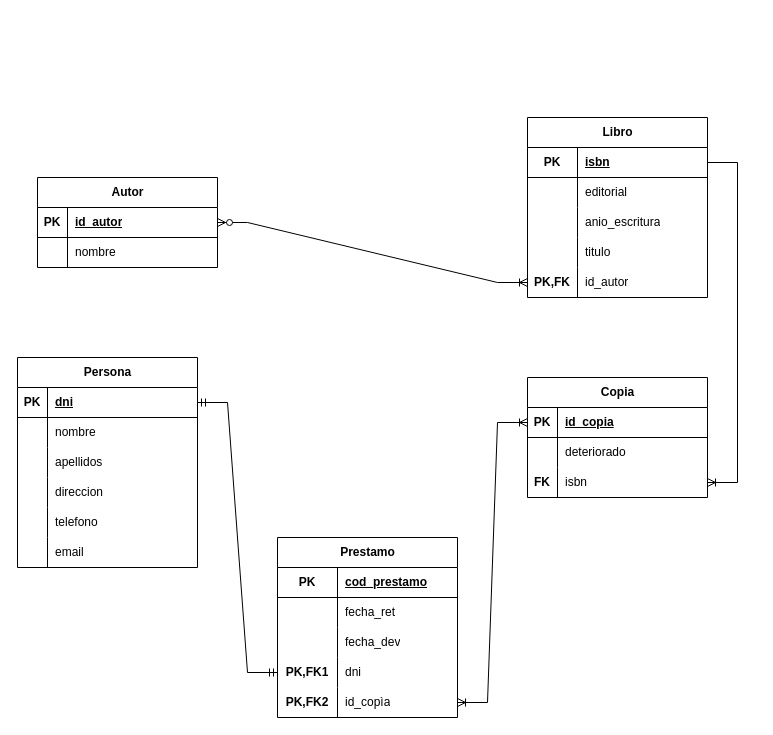
This is Base de Datos/UD7/DIAGRAMAS/Ejercicio1(Hecho en clase)-Sergio González Cortés.drawio from GonzalezCortesSergio/Sergio_Gonzalez_Cortes, a draw.io file, before an edit. Source tidied: cells renumbered, new cells numbered last; positions are measured from the earlier drawing's top-left corner, leaving out a move shared by most shapes. Both pictures are drawn from the tidied source at 100%, with x=0, y=0 at pixel (17, 117).
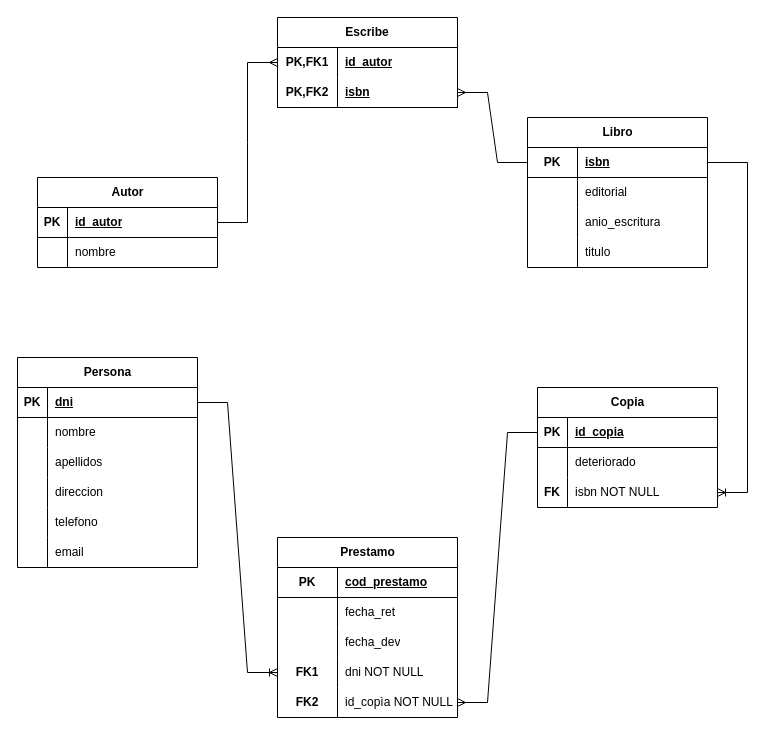
The same page after the edit.

Commit message:
Arreglitos en el ejercicio 1 de diseño relacional

The change refers to these unchanged cells:
```xml
<mxCell id="3" style="shape=tableRow;horizontal=0;startSize=0;swimlaneHead=0;swimlaneBody=0;fillColor=none;points=[[0,0.5],[1,0.5]];portConstraint=eastwest;top=0;left=0;right=0;bottom=1;" parent="2" vertex="1">
  <mxGeometry y="30" width="180" height="30" as="geometry" />
</mxCell>
<mxCell id="22" style="shape=tableRow;horizontal=0;startSize=0;swimlaneHead=0;swimlaneBody=0;fillColor=none;points=[[0,0.5],[1,0.5]];portConstraint=eastwest;top=0;left=0;right=0;bottom=1;" parent="21" vertex="1">
  <mxGeometry y="30" width="180" height="30" as="geometry" />
</mxCell>
<mxCell id="29" style="shape=tableRow;horizontal=0;startSize=0;swimlaneHead=0;swimlaneBody=0;fillColor=none;points=[[0,0.5],[1,0.5]];portConstraint=eastwest;top=0;left=0;right=0;bottom=1;" parent="28" vertex="1">
  <mxGeometry y="30" width="180" height="30" as="geometry" />
</mxCell>
<mxCell id="45" style="shape=tableRow;horizontal=0;startSize=0;swimlaneHead=0;swimlaneBody=0;fillColor=none;points=[[0,0.5],[1,0.5]];portConstraint=eastwest;top=0;left=0;right=0;bottom=1;" parent="44" vertex="1">
  <mxGeometry y="30" width="180" height="30" as="geometry" />
</mxCell>
<mxCell id="51" style="shape=tableRow;horizontal=0;startSize=0;swimlaneHead=0;swimlaneBody=0;fillColor=none;points=[[0,0.5],[1,0.5]];portConstraint=eastwest;top=0;left=0;right=0;bottom=0;" parent="44" vertex="1">
  <mxGeometry y="90" width="180" height="30" as="geometry" />
</mxCell>
<mxCell id="64" style="shape=tableRow;horizontal=0;startSize=0;swimlaneHead=0;swimlaneBody=0;fillColor=none;points=[[0,0.5],[1,0.5]];portConstraint=eastwest;top=0;left=0;right=0;bottom=0;" parent="54" vertex="1">
  <mxGeometry y="120" width="180" height="30" as="geometry" />
</mxCell>
<mxCell id="67" style="shape=tableRow;horizontal=0;startSize=0;swimlaneHead=0;swimlaneBody=0;fillColor=none;points=[[0,0.5],[1,0.5]];portConstraint=eastwest;top=0;left=0;right=0;bottom=0;" parent="54" vertex="1">
  <mxGeometry y="150" width="180" height="30" as="geometry" />
</mxCell>
```

Change to the diagram source:
```diff
@@
     <mxCell id="28" value="Libro" style="shape=table;startSize=30;childLayout=tableLayout;rowLines=0;fontStyle=1;align=center;html=1;" parent="1" vertex="1">
-      <mxGeometry x="510" width="180" height="180" as="geometry" />
+      <mxGeometry x="510" width="180" height="150" as="geometry" />
     </mxCell>
@@
-    <mxCell id="41" style="shape=tableRow;horizontal=0;startSize=0;swimlaneHead=0;swimlaneBody=0;fillColor=none;points=[[0,0.5],[1,0.5]];portConstraint=eastwest;top=0;left=0;right=0;bottom=0;" parent="28" vertex="1">
-      <mxGeometry y="150" width="180" height="30" as="geometry" />
-    </mxCell>
-    <mxCell id="42" value="&lt;b&gt;PK,FK&lt;/b&gt;" style="shape=partialRectangle;fillColor=none;top=0;left=0;bottom=0;right=0;overflow=hidden;whiteSpace=wrap;html=1;" parent="41" vertex="1">
-      <mxGeometry width="50" height="30" as="geometry" />
-    </mxCell>
-    <mxCell id="43" value="id_autor" style="shape=partialRectangle;fillColor=none;top=0;left=0;bottom=0;right=0;align=left;spacingLeft=6;overflow=hidden;whiteSpace=wrap;html=1;" parent="41" vertex="1">
-      <mxGeometry x="50" width="130" height="30" as="geometry" />
-    </mxCell>
     <mxCell id="44" value="Copia" style="shape=table;startSize=30;childLayout=tableLayout;rowLines=0;fontStyle=1;align=center;html=1;" parent="1" vertex="1">
-      <mxGeometry x="510" y="260" width="180" height="120" as="geometry" />
+      <mxGeometry x="520" y="270" width="180" height="120" as="geometry" />
     </mxCell>
@@
-    <mxCell id="53" value="isbn" style="shape=partialRectangle;fillColor=none;top=0;left=0;bottom=0;right=0;align=left;spacingLeft=6;overflow=hidden;whiteSpace=wrap;html=1;" parent="51" vertex="1">
+    <mxCell id="53" value="isbn NOT NULL" style="shape=partialRectangle;fillColor=none;top=0;left=0;bottom=0;right=0;align=left;spacingLeft=6;overflow=hidden;whiteSpace=wrap;html=1;" parent="51" vertex="1">
       <mxGeometry x="30" width="150" height="30" as="geometry" />
     </mxCell>
@@
-    <mxCell id="65" value="&lt;b&gt;PK,FK1&lt;/b&gt;" style="shape=partialRectangle;fillColor=none;top=0;left=0;bottom=0;right=0;overflow=hidden;whiteSpace=wrap;html=1;" parent="64" vertex="1">
+    <mxCell id="65" value="&lt;b&gt;FK1&lt;/b&gt;" style="shape=partialRectangle;fillColor=none;top=0;left=0;bottom=0;right=0;overflow=hidden;whiteSpace=wrap;html=1;" parent="64" vertex="1">
       <mxGeometry width="60" height="30" as="geometry" />
     </mxCell>
-    <mxCell id="66" value="dni" style="shape=partialRectangle;fillColor=none;top=0;left=0;bottom=0;right=0;align=left;spacingLeft=6;overflow=hidden;whiteSpace=wrap;html=1;" parent="64" vertex="1">
+    <mxCell id="66" value="dni NOT NULL" style="shape=partialRectangle;fillColor=none;top=0;left=0;bottom=0;right=0;align=left;spacingLeft=6;overflow=hidden;whiteSpace=wrap;html=1;" parent="64" vertex="1">
       <mxGeometry x="60" width="120" height="30" as="geometry" />
     </mxCell>
@@
-    <mxCell id="68" value="&lt;b&gt;PK,FK2&lt;/b&gt;" style="shape=partialRectangle;fillColor=none;top=0;left=0;bottom=0;right=0;overflow=hidden;whiteSpace=wrap;html=1;" parent="67" vertex="1">
+    <mxCell id="68" value="&lt;b&gt;FK2&lt;/b&gt;" style="shape=partialRectangle;fillColor=none;top=0;left=0;bottom=0;right=0;overflow=hidden;whiteSpace=wrap;html=1;" parent="67" vertex="1">
       <mxGeometry width="60" height="30" as="geometry" />
     </mxCell>
-    <mxCell id="69" value="id_copìa" style="shape=partialRectangle;fillColor=none;top=0;left=0;bottom=0;right=0;align=left;spacingLeft=6;overflow=hidden;whiteSpace=wrap;html=1;" parent="67" vertex="1">
+    <mxCell id="69" value="id_copìa NOT NULL" style="shape=partialRectangle;fillColor=none;top=0;left=0;bottom=0;right=0;align=left;spacingLeft=6;overflow=hidden;whiteSpace=wrap;html=1;" parent="67" vertex="1">
       <mxGeometry x="60" width="120" height="30" as="geometry" />
     </mxCell>
-    <mxCell id="70" style="edgeStyle=entityRelationEdgeStyle;fontSize=12;html=1;endArrow=ERoneToMany;startArrow=ERzeroToMany;rounded=0;exitX=1;exitY=0.5;exitDx=0;exitDy=0;entryX=0;entryY=0.5;entryDx=0;entryDy=0;" parent="1" edge="1" source="22" target="41">
-      <mxGeometry relative="1" as="geometry" />
-    </mxCell>
@@
-    <mxCell id="72" style="edgeStyle=entityRelationEdgeStyle;fontSize=12;html=1;endArrow=ERoneToMany;startArrow=ERoneToMany;rounded=0;" parent="1" edge="1" source="67" target="45">
-      <mxGeometry relative="1" as="geometry" />
-    </mxCell>
+    <mxCell id="74" value="Escribe&lt;br&gt;" style="shape=table;startSize=30;childLayout=tableLayout;rowLines=0;fontStyle=1;align=center;html=1;whiteSpace=wrap;" parent="1" vertex="1">
+      <mxGeometry x="260" y="-100" width="180" height="90" as="geometry" />
+    </mxCell>
+    <mxCell id="75" style="shape=tableRow;horizontal=0;startSize=0;swimlaneHead=0;swimlaneBody=0;fillColor=none;points=[[0,0.5],[1,0.5]];portConstraint=eastwest;top=0;left=0;right=0;bottom=0;html=1;" parent="74" vertex="1">
+      <mxGeometry y="30" width="180" height="30" as="geometry" />
+    </mxCell>
+    <mxCell id="76" value="PK,FK1" style="shape=partialRectangle;fillColor=none;top=0;left=0;bottom=0;right=0;fontStyle=1;overflow=hidden;html=1;whiteSpace=wrap;" parent="75" vertex="1">
+      <mxGeometry width="60" height="30" as="geometry" />
+    </mxCell>
+    <mxCell id="43" value="id_autor" style="shape=partialRectangle;fillColor=none;top=0;left=0;bottom=0;right=0;align=left;spacingLeft=6;fontStyle=5;overflow=hidden;html=1;whiteSpace=wrap;" parent="75" vertex="1">
+      <mxGeometry x="60" width="120" height="30" as="geometry" />
+    </mxCell>
+    <mxCell id="77" style="shape=tableRow;horizontal=0;startSize=0;swimlaneHead=0;swimlaneBody=0;fillColor=none;points=[[0,0.5],[1,0.5]];portConstraint=eastwest;top=0;left=0;right=0;bottom=1;html=1;" parent="74" vertex="1">
+      <mxGeometry y="60" width="180" height="30" as="geometry" />
+    </mxCell>
+    <mxCell id="78" value="PK,FK2" style="shape=partialRectangle;fillColor=none;top=0;left=0;bottom=0;right=0;fontStyle=1;overflow=hidden;html=1;whiteSpace=wrap;" parent="77" vertex="1">
+      <mxGeometry width="60" height="30" as="geometry" />
+    </mxCell>
+    <mxCell id="79" value="isbn" style="shape=partialRectangle;fillColor=none;top=0;left=0;bottom=0;right=0;align=left;spacingLeft=6;fontStyle=5;overflow=hidden;html=1;whiteSpace=wrap;" parent="77" vertex="1">
+      <mxGeometry x="60" width="120" height="30" as="geometry" />
+    </mxCell>
+    <mxCell id="80" style="edgeStyle=entityRelationEdgeStyle;fontSize=12;html=1;endArrow=ERmany;rounded=0;" parent="1" edge="1" source="22" target="75">
+      <mxGeometry relative="1" as="geometry" />
+    </mxCell>
+    <mxCell id="81" style="edgeStyle=entityRelationEdgeStyle;fontSize=12;html=1;endArrow=ERmany;rounded=0;" parent="1" edge="1" source="29" target="77">
+      <mxGeometry relative="1" as="geometry" />
+    </mxCell>
+    <mxCell id="82" style="edgeStyle=entityRelationEdgeStyle;fontSize=12;html=1;endArrow=ERmany;rounded=0;" parent="1" edge="1" source="45" target="67">
+      <mxGeometry relative="1" as="geometry" />
+    </mxCell>
-    <mxCell id="73" style="edgeStyle=entityRelationEdgeStyle;fontSize=12;html=1;endArrow=ERmandOne;startArrow=ERmandOne;rounded=0;" parent="1" edge="1" source="3" target="64">
+    <mxCell id="73" style="edgeStyle=entityRelationEdgeStyle;fontSize=12;html=1;endArrow=ERoneToMany;rounded=0;" parent="1" edge="1" source="3" target="64">
       <mxGeometry relative="1" as="geometry" />
     </mxCell>
```
